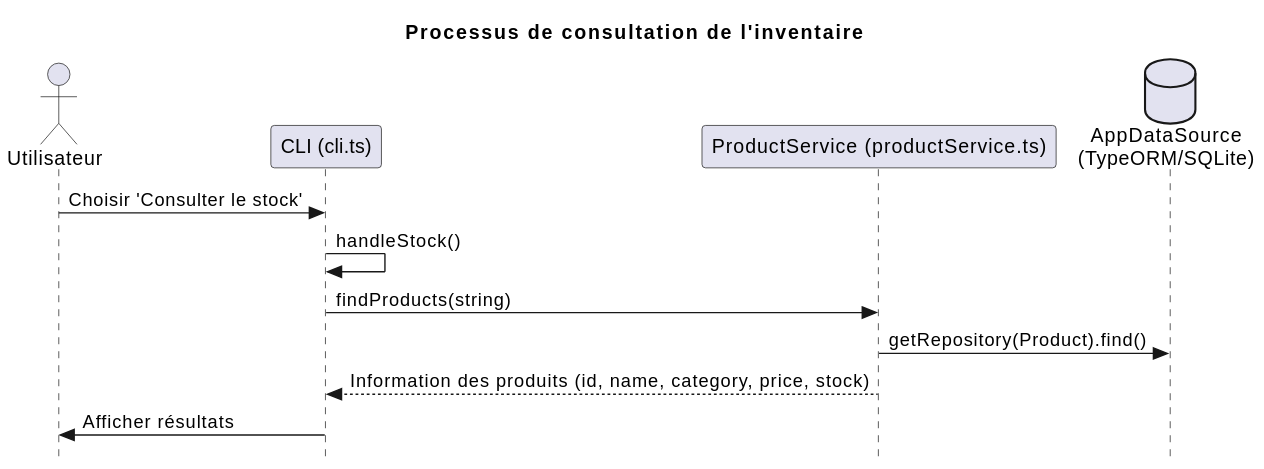
Above: out/docs/process/view-stock/view-stock.svg in RaphaelMailhiot/LOG430-labo (PlantUML), before the change. Its diagram source:
```plantuml
@startuml
skinparam style strictuml

title Processus de consultation de l'inventaire
actor Utilisateur
participant "CLI (cli.ts)" as CLI
participant "ProductService (productService.ts)" as ProductService
database "AppDataSource\n(TypeORM/SQLite)" as Database

Utilisateur -> CLI : Choisir 'Consulter le stock'
CLI -> CLI : handleStock()
CLI -> ProductService : findProducts(string)
ProductService -> Database : getRepository(Product).find()
ProductService --> CLI : Information des produits (id, name, category, price, stock)
CLI -> Utilisateur : Afficher résultats
@enduml
```
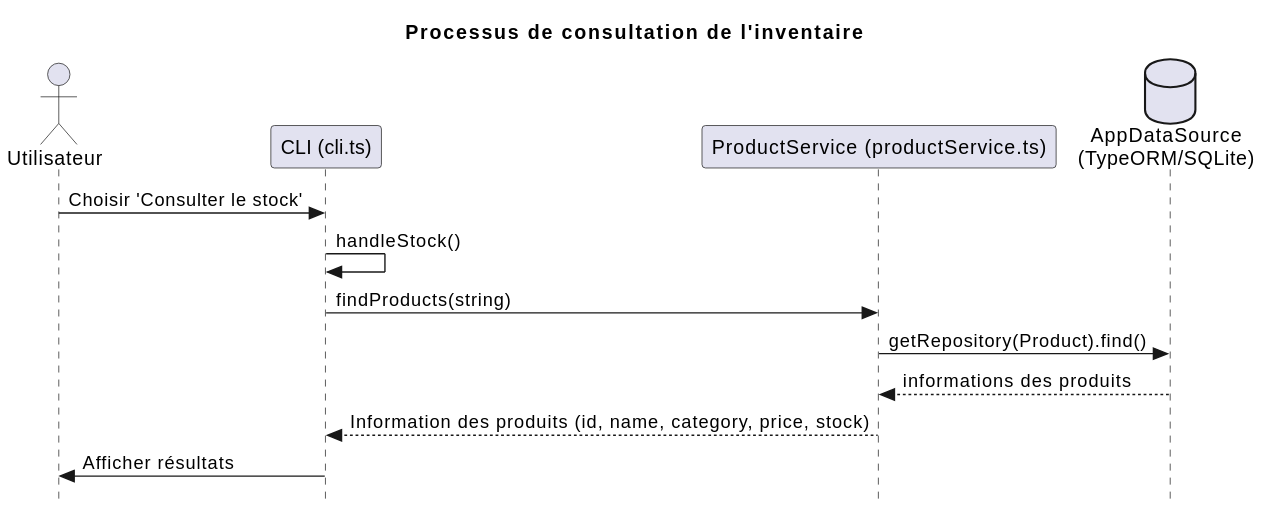
Above is the later version.

What changed in the source:
```diff
@@ -11,6 +11,7 @@
 CLI -> CLI : handleStock()
 CLI -> ProductService : findProducts(string)
 ProductService -> Database : getRepository(Product).find()
+Database --> ProductService : informations des produits
 ProductService --> CLI : Information des produits (id, name, category, price, stock)
 CLI -> Utilisateur : Afficher résultats
 @enduml
```
